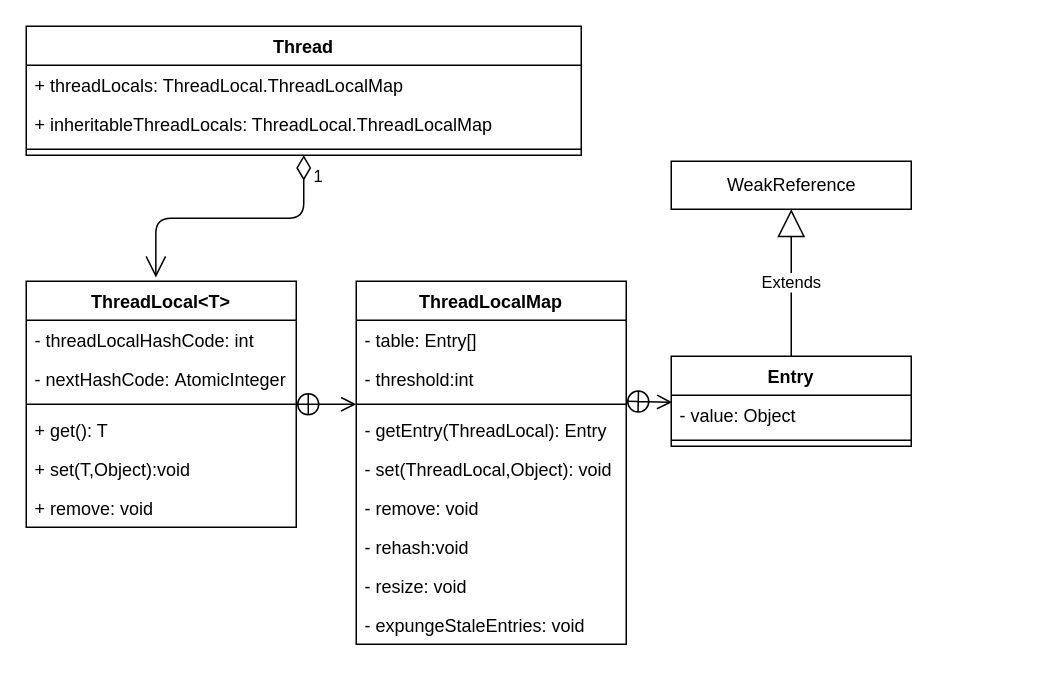
This is threadlocal.drawio from O1-1O/Fun, a draw.io file, before an edit. Source tidied: cells renumbered, new cells numbered last; positions are measured from the earlier drawing's top-left corner, leaving out a move shared by most shapes. Both pictures are drawn from the tidied source at 150%, with x=0, y=0 at pixel (26, 26).
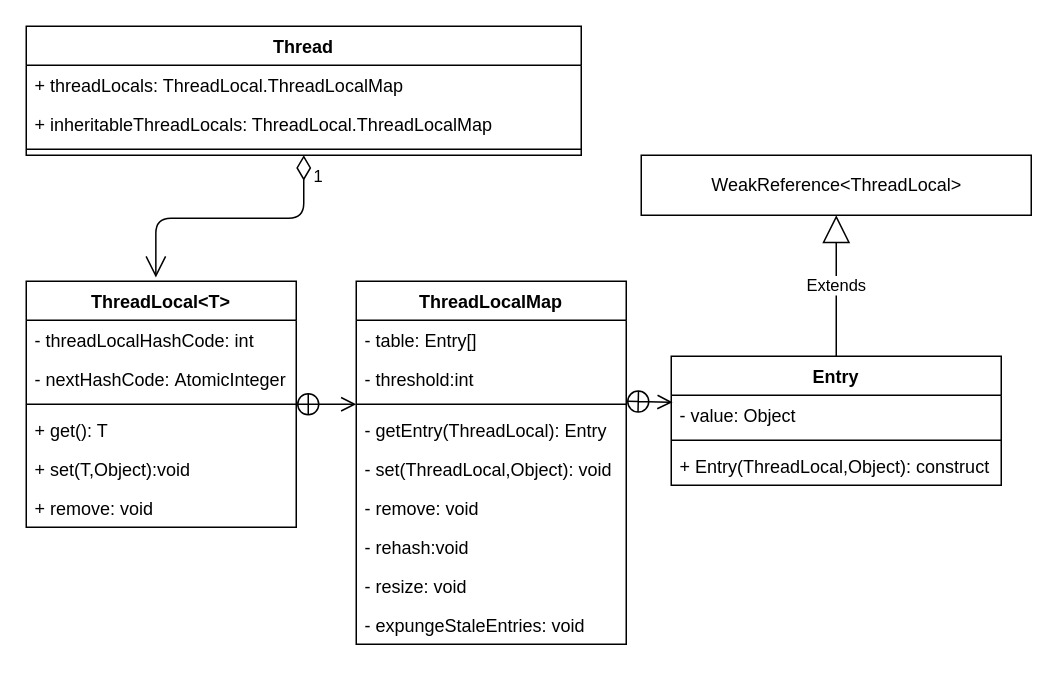
The same diagram, later.

What changed in the source:
```diff
@@
-    <mxCell id="19" value="WeakReference" style="html=1;" parent="1" vertex="1">
-      <mxGeometry x="430" y="90" width="160" height="32" as="geometry" />
+    <mxCell id="19" value="WeakReference&amp;lt;ThreadLocal&amp;gt;" style="html=1;" parent="1" vertex="1">
+      <mxGeometry x="410" y="86" width="260" height="40" as="geometry" />
     </mxCell>
@@
     <mxCell id="23" value="Entry" style="swimlane;fontStyle=1;align=center;verticalAlign=top;horizontal=1;startSize=26;" parent="1" vertex="1">
-      <mxGeometry x="430" y="220" width="160" height="60" as="geometry" />
+      <mxGeometry x="430" y="220" width="220" height="86" as="geometry" />
     </mxCell>
     <mxCell id="24" value="- value: Object" style="text;strokeColor=none;fillColor=none;align=left;verticalAlign=top;spacingLeft=4;spacingRight=4;overflow=hidden;points=[[0,0.5],[1,0.5]];portConstraint=eastwest;" parent="23" vertex="1">
-      <mxGeometry y="26" width="160" height="26" as="geometry" />
+      <mxGeometry y="26" width="220" height="26" as="geometry" />
     </mxCell>
     <mxCell id="25" style="line;strokeWidth=1;fillColor=none;align=left;verticalAlign=middle;spacingTop=-1;spacingLeft=3;spacingRight=3;labelPosition=right;" parent="23" vertex="1">
-      <mxGeometry y="52" width="160" height="8" as="geometry" />
+      <mxGeometry y="52" width="220" height="8" as="geometry" />
     </mxCell>
+    <mxCell id="31" value="+ Entry(ThreadLocal,Object): construct" style="text;strokeColor=none;fillColor=none;align=left;verticalAlign=top;spacingLeft=4;spacingRight=4;overflow=hidden;" parent="23" vertex="1">
+      <mxGeometry y="60" width="220" height="26" as="geometry" />
+    </mxCell>
```
